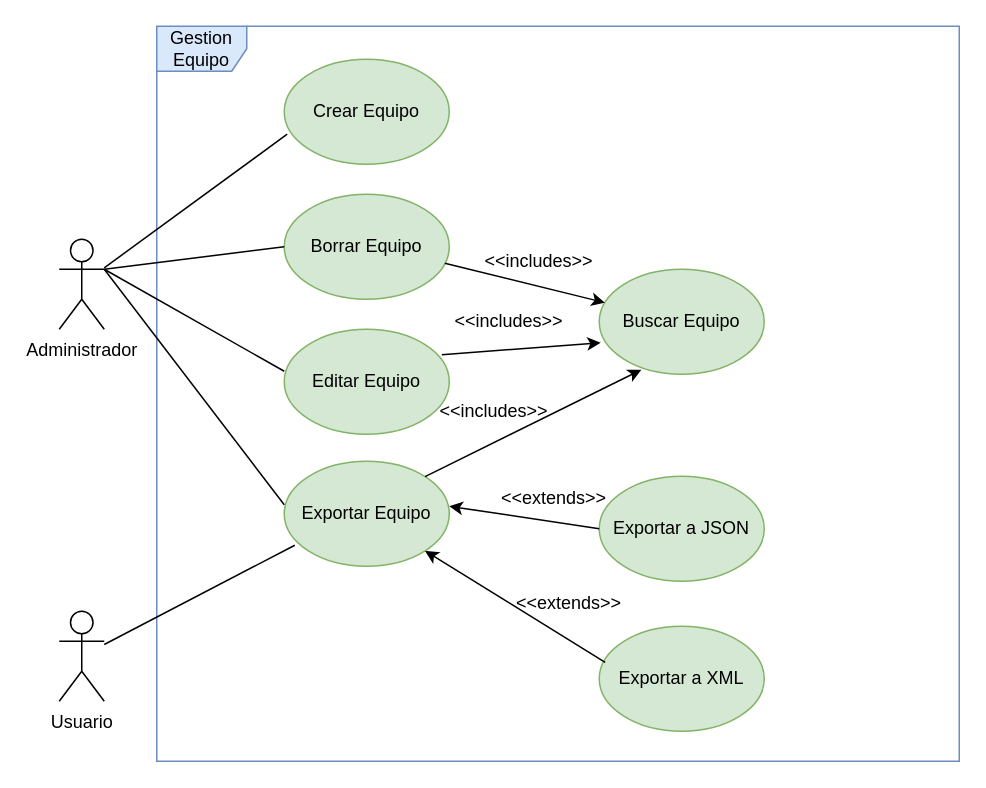
Above: Diseño y análisis/Diagramas/Diagramas Casos de Uso/Diagrama de Casos de uso Gestion Equipo.drawio in SergioMisas/ProyectoFinalFutbol (draw.io), before the change. Source tidied: cells renumbered, new cells numbered last; positions are measured from the earlier drawing's top-left corner, leaving out a move shared by most shapes. Both pictures are drawn from the tidied source at 150%, with x=0, y=0 at pixel (58, 26).
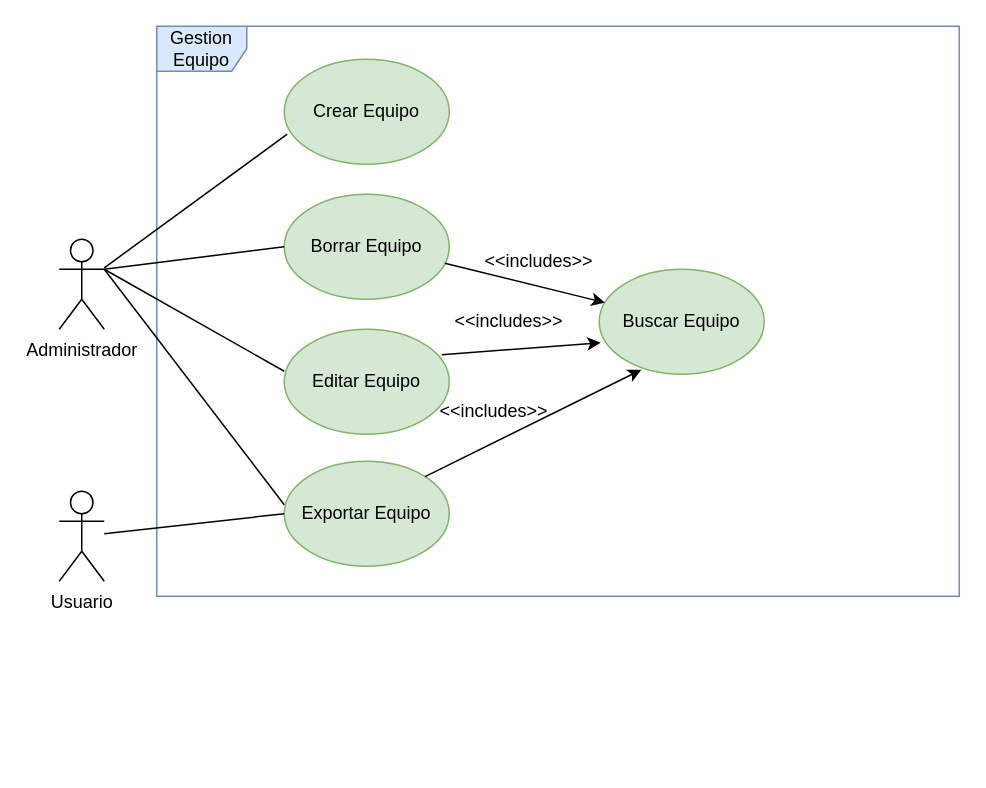
Above is the later version.

The change refers to these unchanged cells:
```xml
<mxCell id="15" value="Exportar Equipo" style="ellipse;whiteSpace=wrap;html=1;fillColor=#d5e8d4;strokeColor=#82b366;" parent="1" vertex="1">
  <mxGeometry x="150" y="290" width="110" height="70" as="geometry" />
</mxCell>
```

Diff of the diagram source:
```diff
@@
     <mxCell id="2" value="Gestion Equipo" style="shape=umlFrame;whiteSpace=wrap;html=1;fillColor=#dae8fc;strokeColor=#6c8ebf;" parent="1" vertex="1">
-      <mxGeometry x="65" width="535" height="490" as="geometry" />
+      <mxGeometry x="65" width="535" height="380" as="geometry" />
     </mxCell>
@@
     <mxCell id="18" value="Usuario" style="shape=umlActor;verticalLabelPosition=bottom;verticalAlign=top;html=1;" parent="1" vertex="1">
-      <mxGeometry y="390" width="30" height="60" as="geometry" />
+      <mxGeometry y="310" width="30" height="60" as="geometry" />
     </mxCell>
-    <mxCell id="19" style="endArrow=none;html=1;rounded=0;entryX=0.064;entryY=0.8;entryDx=0;entryDy=0;entryPerimeter=0;" parent="1" edge="1" source="18" target="15">
+    <mxCell id="19" style="endArrow=none;html=1;rounded=0;entryX=0;entryY=0.5;entryDx=0;entryDy=0;" parent="1" edge="1" source="18" target="15">
       <mxGeometry relative="1" as="geometry" />
     </mxCell>
@@
-    <mxCell id="21" value="Exportar a XML" style="ellipse;whiteSpace=wrap;html=1;fillColor=#d5e8d4;strokeColor=#82b366;" parent="1" vertex="1">
-      <mxGeometry x="360" y="400" width="110" height="70" as="geometry" />
-    </mxCell>
-    <mxCell id="22" value="Exportar a JSON" style="ellipse;whiteSpace=wrap;html=1;fillColor=#d5e8d4;strokeColor=#82b366;" parent="1" vertex="1">
-      <mxGeometry x="360" y="300" width="110" height="70" as="geometry" />
-    </mxCell>
-    <mxCell id="23" style="endArrow=classic;html=1;rounded=0;exitX=0;exitY=0.5;exitDx=0;exitDy=0;" parent="1" edge="1" source="22">
-      <mxGeometry relative="1" as="geometry">
-        <mxPoint x="260" y="320" as="targetPoint" />
-      </mxGeometry>
-    </mxCell>
-    <mxCell id="24" style="endArrow=classic;html=1;rounded=0;entryX=1;entryY=1;entryDx=0;entryDy=0;exitX=0.036;exitY=0.343;exitDx=0;exitDy=0;exitPerimeter=0;" parent="1" edge="1" source="21" target="15">
-      <mxGeometry relative="1" as="geometry" />
-    </mxCell>
-    <mxCell id="25" value="&amp;lt;&amp;lt;extends&amp;gt;&amp;gt;" style="text;html=1;strokeColor=none;fillColor=none;align=center;verticalAlign=middle;whiteSpace=wrap;rounded=0;" parent="1" vertex="1">
-      <mxGeometry x="300" y="300" width="60" height="30" as="geometry" />
-    </mxCell>
-    <mxCell id="26" value="&amp;lt;&amp;lt;extends&amp;gt;&amp;gt;" style="text;html=1;strokeColor=none;fillColor=none;align=center;verticalAlign=middle;whiteSpace=wrap;rounded=0;" parent="1" vertex="1">
-      <mxGeometry x="310" y="370" width="60" height="30" as="geometry" />
-    </mxCell>
```
